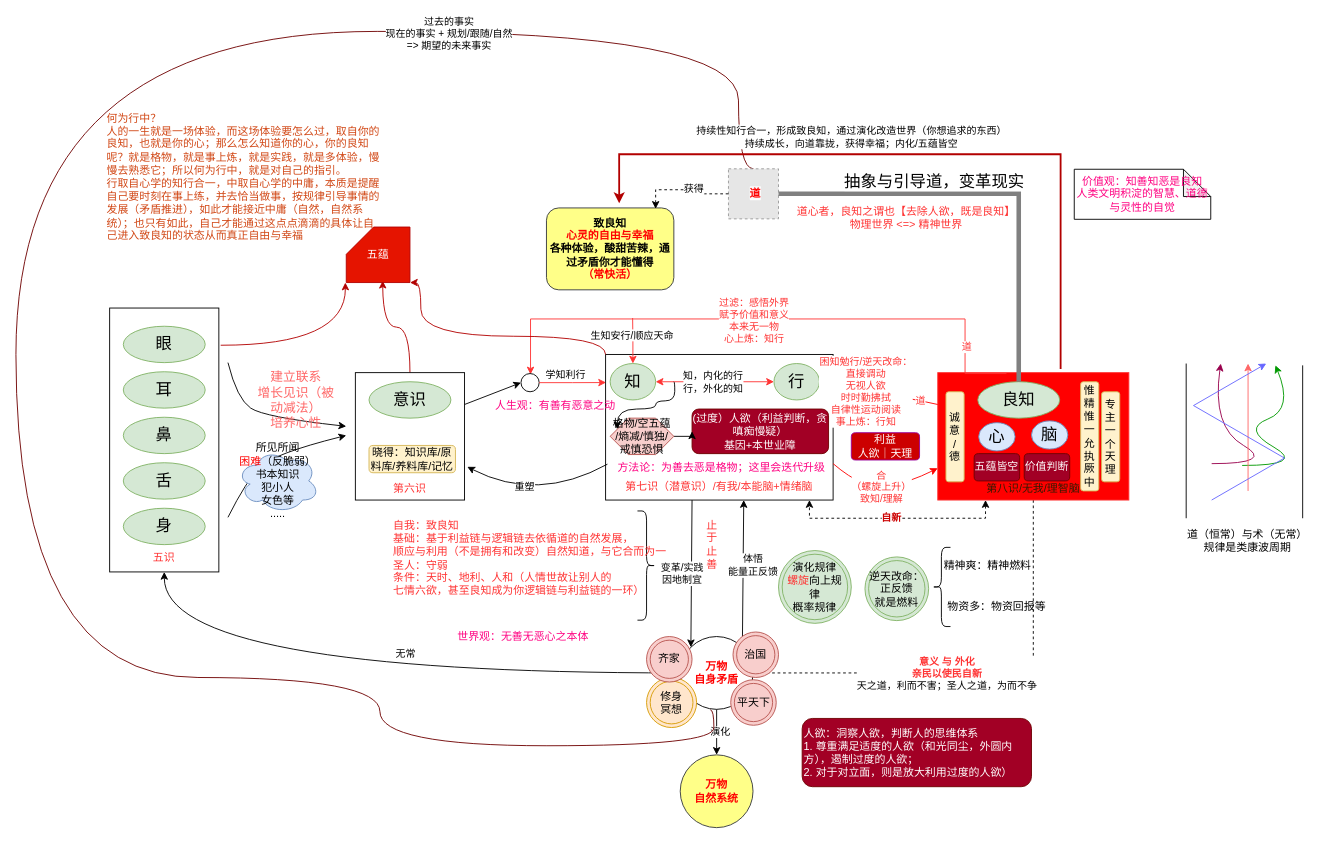
The draw.io diagram page "良知" (1 of 2) of xinxue.drawio in kason-huang/DrawIO, before the edit. Source tidied: cells renumbered, new cells numbered last; positions are measured from the earlier drawing's top-left corner, leaving out a move shared by most shapes. Both pictures are drawn from the tidied source at 91%, with x=0, y=0 at pixel (15, 31). Pictures stored in the file or linked from it are replaced by grey dashed boxes.
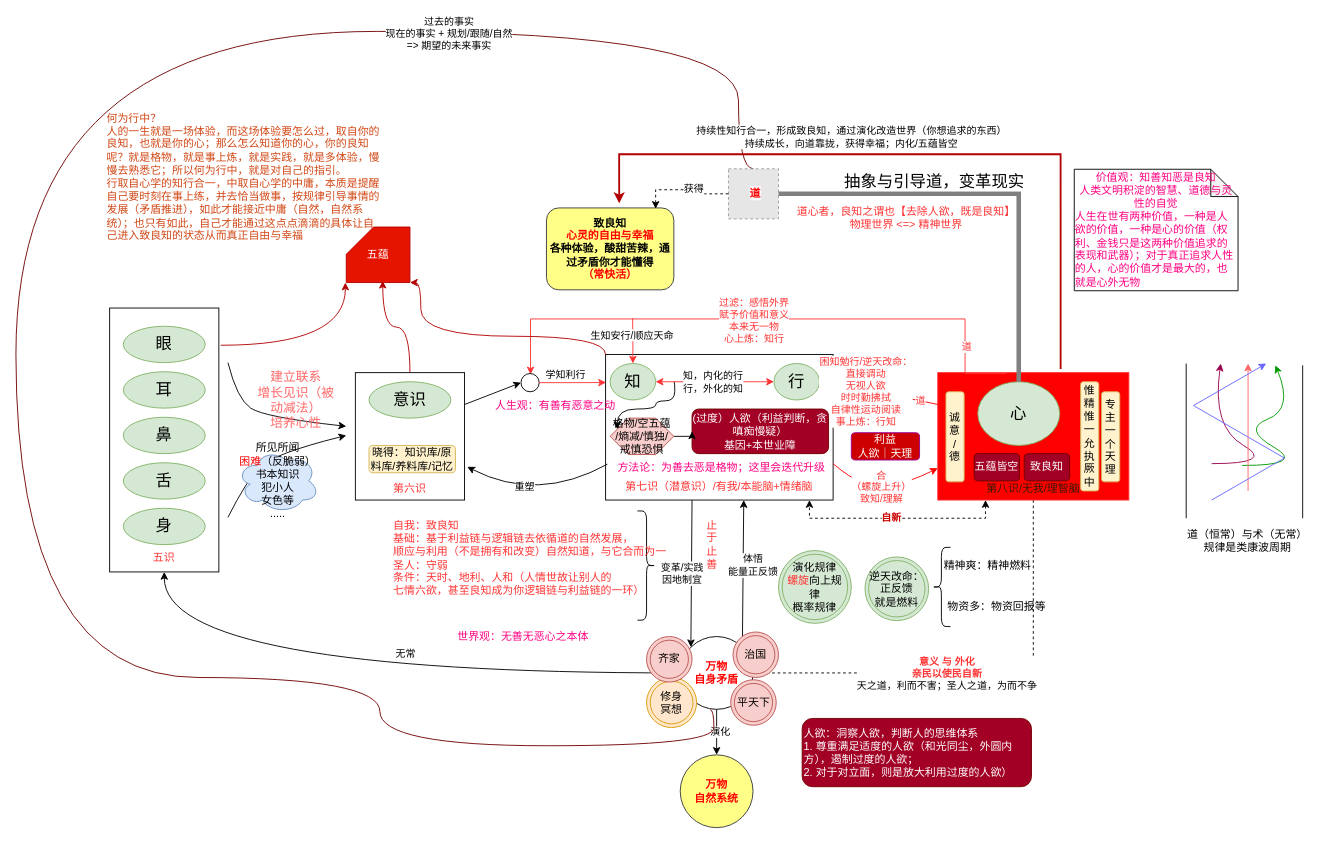
The same diagram, later.

Change to the diagram source:
```diff
@@
-    <mxCell id="34" value="&lt;font style=&quot;font-size: 18px;&quot;&gt;良知&lt;br&gt;&lt;/font&gt;" style="ellipse;whiteSpace=wrap;html=1;fillColor=#d5e8d4;strokeColor=#82b366;" parent="1" vertex="1">
-      <mxGeometry x="1057" y="385" width="90" height="40" as="geometry" />
+    <mxCell id="34" value="&lt;font style=&quot;font-size: 18px;&quot;&gt;心&lt;/font&gt;" style="ellipse;whiteSpace=wrap;html=1;fillColor=#d5e8d4;strokeColor=#82b366;" parent="1" vertex="1">
+      <mxGeometry x="1057" y="385" width="90" height="70" as="geometry" />
     </mxCell>
-    <mxCell id="35" value="&lt;font style=&quot;font-size: 18px;&quot;&gt;心&lt;/font&gt;" style="ellipse;whiteSpace=wrap;html=1;fillColor=#dae8fc;strokeColor=#6c8ebf;" parent="1" vertex="1">
-      <mxGeometry x="1058" y="430" width="40" height="31" as="geometry" />
-    </mxCell>
-    <mxCell id="36" value="&lt;font style=&quot;font-size: 18px;&quot;&gt;脑&lt;/font&gt;" style="ellipse;whiteSpace=wrap;html=1;fillColor=#dae8fc;strokeColor=#6c8ebf;" parent="1" vertex="1">
-      <mxGeometry x="1116" y="428" width="40" height="31" as="geometry" />
-    </mxCell>
@@
-    <mxCell id="44" value="价值判断" style="rounded=1;whiteSpace=wrap;html=1;fillColor=#a20025;strokeColor=#6F0000;fontColor=#ffffff;" parent="1" vertex="1">
+    <mxCell id="44" value="致良知" style="rounded=1;whiteSpace=wrap;html=1;fillColor=#a20025;strokeColor=#6F0000;fontColor=#ffffff;" parent="1" vertex="1">
       <mxGeometry x="1108" y="464" width="50" height="30" as="geometry" />
     </mxCell>
@@
-    <mxCell id="67" value="价值观：知善知恶是良知&lt;br&gt;人类文明积淀的智慧、道德与灵性的自觉" style="shape=note;whiteSpace=wrap;html=1;backgroundOutline=1;darkOpacity=0.05;fontColor=#FF0080;" parent="1" vertex="1">
-      <mxGeometry x="1163" y="151.5" width="150" height="55" as="geometry" />
+    <mxCell id="67" value="价值观：知善知恶是良知&lt;br&gt;人类文明积淀的智慧、道德与灵性的自觉&lt;div style=&quot;text-align: left;&quot;&gt;人生在世有两种价值，一种是人欲的价值，一种是心的价值（权利、金钱只是这两种价值追求的表现和武器）；对于真正追求人性的人，心的价值才是最大的，也就是心外无物&lt;/div&gt;" style="shape=note;whiteSpace=wrap;html=1;backgroundOutline=1;darkOpacity=0.05;fontColor=#FF0080;" parent="1" vertex="1">
+      <mxGeometry x="1163" y="151.5" width="180" height="133.5" as="geometry" />
     </mxCell>
```
